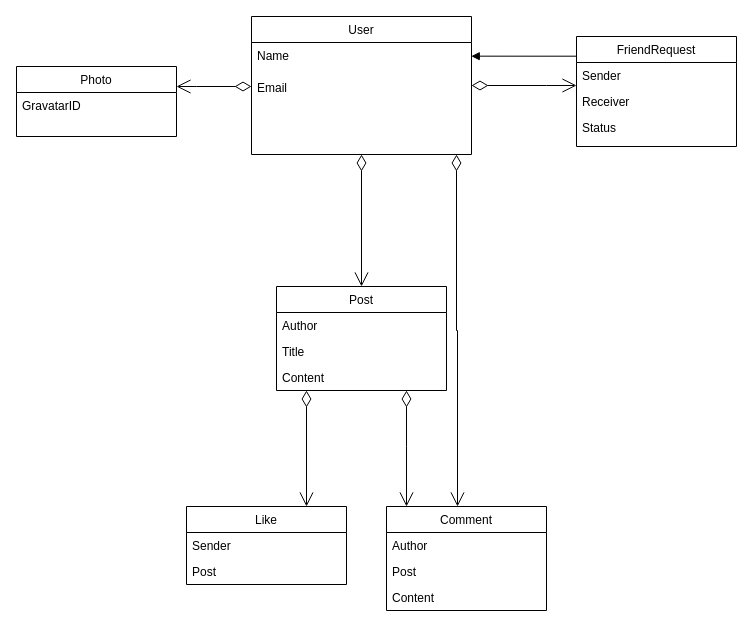
This is odinbook.drawio from upkl/odin-rails-mailers-advanced-odinbook, a draw.io file, before an edit. Source tidied: cells renumbered, new cells numbered last; positions are measured from the earlier drawing's top-left corner, leaving out a move shared by most shapes. Both pictures are drawn from the tidied source at 100%, with x=0, y=0 at pixel (16, 16).
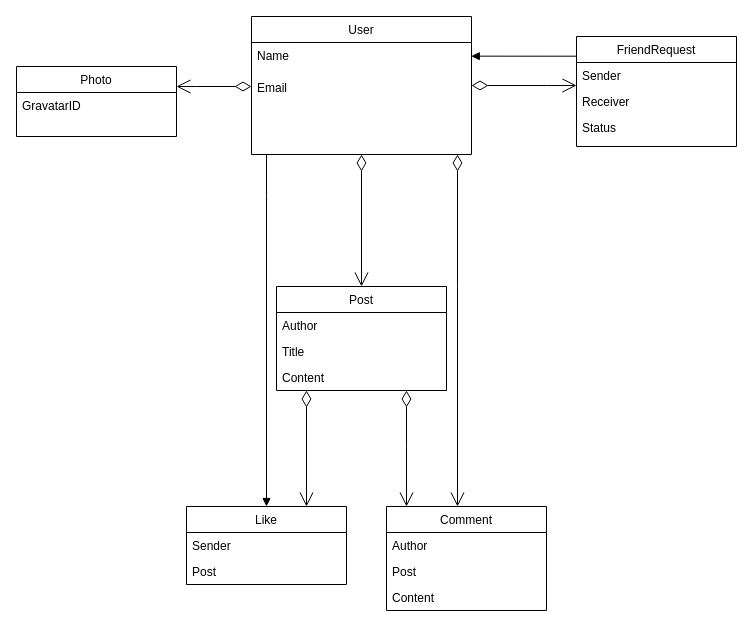
Above is the later version.

Commit message:
drawio: Add User→Like relation

The change refers to these unchanged cells:
```xml
<mxCell id="2" value="User" style="swimlane;fontStyle=0;align=center;verticalAlign=top;horizontal=1;startSize=26;rounded=0;shadow=0;strokeWidth=1;" parent="1" vertex="1">
  <mxGeometry x="235" width="220" height="138" as="geometry" />
</mxCell>
<mxCell id="13" value="Like" style="swimlane;fontStyle=0;align=center;verticalAlign=top;horizontal=1;startSize=26;rounded=0;shadow=0;strokeWidth=1;" parent="1" vertex="1">
  <mxGeometry x="170" y="490" width="160" height="78" as="geometry" />
</mxCell>
```

Change to the diagram source:
```diff
@@
     <mxCell id="25" style="endArrow=open;html=1;endSize=12;startArrow=diamondThin;startSize=14;startFill=0;edgeStyle=orthogonalEdgeStyle;align=left;verticalAlign=bottom;rounded=0;" parent="1" edge="1" source="2">
       <mxGeometry x="-0.49" y="70" relative="1" as="geometry">
         <mxPoint x="441" y="490" as="targetPoint" />
         <Array as="points">
-          <mxPoint x="440" y="314" />
-          <mxPoint x="441" y="314" />
-          <mxPoint x="441" y="490" />
+          <mxPoint x="441" y="270" />
+          <mxPoint x="441" y="270" />
         </Array>
       </mxGeometry>
     </mxCell>
@@
+    <mxCell id="29" style="endArrow=block;endFill=1;html=1;edgeStyle=orthogonalEdgeStyle;align=left;verticalAlign=top;rounded=0;" parent="1" edge="1" source="2" target="13">
+      <mxGeometry x="-0.37" y="-10" relative="1" as="geometry">
+        <Array as="points">
+          <mxPoint x="250" y="180" />
+          <mxPoint x="250" y="180" />
+        </Array>
+      </mxGeometry>
+    </mxCell>
```
